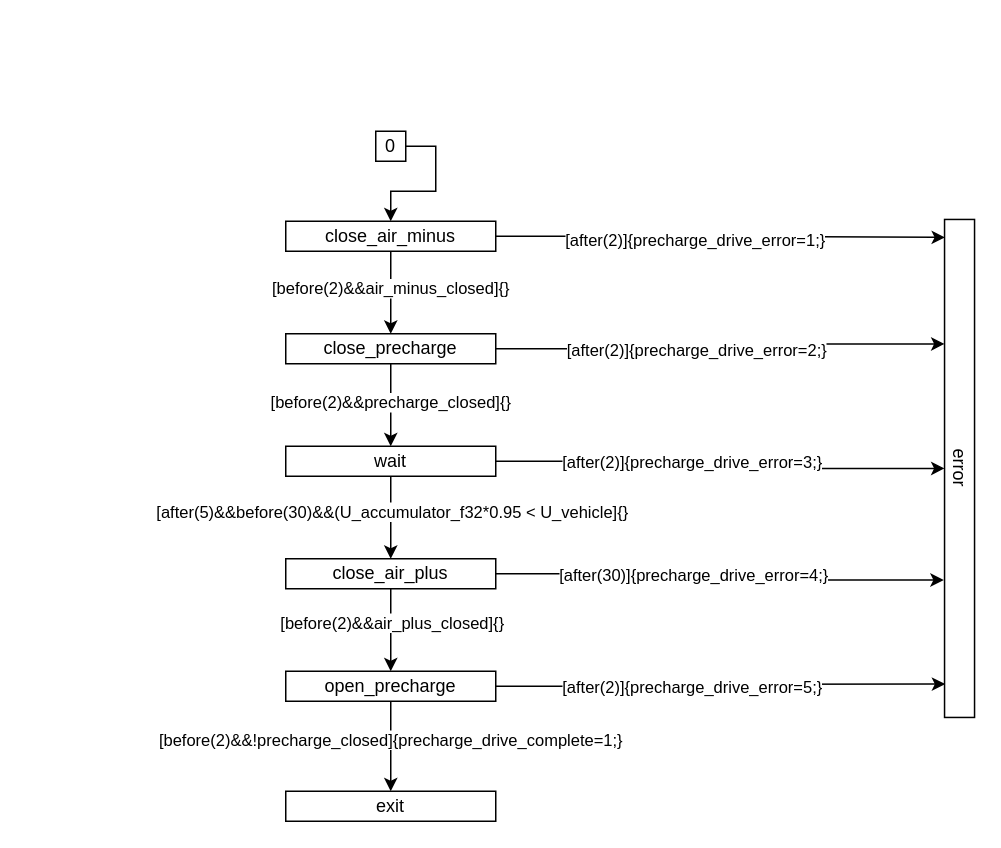
Before: page "precharge_drive" (2 of 5) of xver/xsm/XML/graph.drawio in osceri/AMS-CC, a draw.io diagram. Source tidied: cells renumbered, new cells numbered last; positions are measured from the earlier drawing's top-left corner, leaving out a move shared by most shapes. Both pictures are drawn from the tidied source at 150%, with x=0, y=0 at pixel (285, 130).
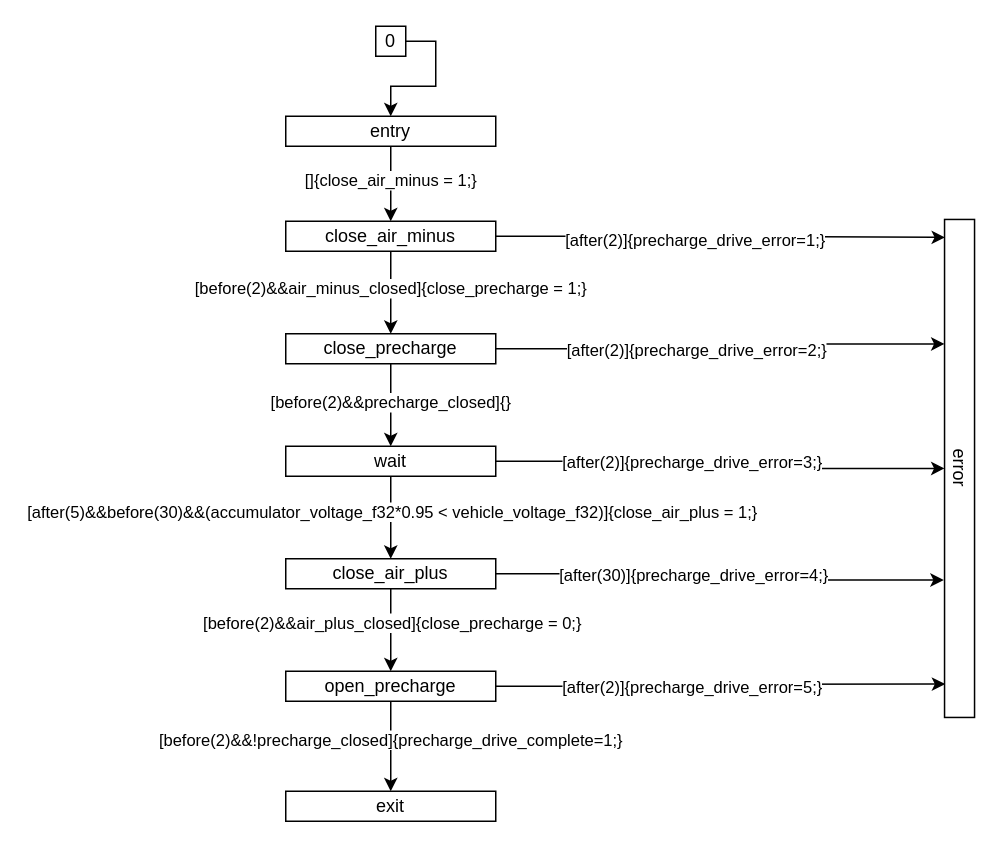
After the change.

The change refers to these unchanged cells:
```xml
<mxCell id="4" style="edgeStyle=orthogonalEdgeStyle;rounded=0;jettySize=auto;html=1;exitX=0.5;exitY=1;exitDx=0;exitDy=0;entryX=0.5;entryY=0;entryDx=0;entryDy=0;" parent="1" edge="1" source="8" target="13">
  <mxGeometry relative="1" as="geometry" />
</mxCell>
<mxCell id="8" value="close_air_minus" style="rounded=0;whiteSpace=wrap;html=1;" parent="1" vertex="1">
  <mxGeometry y="60" width="140" height="20" as="geometry" />
</mxCell>
<mxCell id="14" style="edgeStyle=orthogonalEdgeStyle;rounded=0;jettySize=auto;html=1;exitX=0.5;exitY=1;exitDx=0;exitDy=0;entryX=0.5;entryY=0;entryDx=0;entryDy=0;" parent="1" edge="1" source="18" target="23">
  <mxGeometry relative="1" as="geometry" />
</mxCell>
<mxCell id="19" style="edgeStyle=orthogonalEdgeStyle;rounded=0;jettySize=auto;html=1;exitX=0.5;exitY=1;exitDx=0;exitDy=0;entryX=0.5;entryY=0;entryDx=0;entryDy=0;" parent="1" edge="1" source="23" target="28">
  <mxGeometry relative="1" as="geometry" />
</mxCell>
```

The edit, as a diff of the source:
```diff
@@
-    <mxCell id="2" style="edgeStyle=orthogonalEdgeStyle;rounded=0;jettySize=auto;html=1;exitX=1;exitY=0.5;exitDx=0;exitDy=0;entryX=0.5;entryY=0;entryDx=0;entryDy=0;" parent="1" edge="1" source="3" target="8">
-      <mxGeometry relative="1" as="geometry" />
-    </mxCell>
-    <mxCell id="3" value="0" style="rounded=0;whiteSpace=wrap;html=1;" parent="1" vertex="1">
-      <mxGeometry x="60" width="20" height="20" as="geometry" />
-    </mxCell>
@@
-    <mxCell id="5" value="[before(2)&amp;amp;&amp;amp;air_minus_closed]{}" style="edgeLabel;html=1;align=center;verticalAlign=middle;" parent="4" vertex="1">
+    <mxCell id="5" value="[before(2)&amp;amp;&amp;amp;air_minus_closed]{close_precharge = 1;}" style="edgeLabel;html=1;align=center;verticalAlign=middle;" parent="4" vertex="1">
       <mxGeometry x="-0.13" y="-1" relative="1" as="geometry" />
     </mxCell>
@@
-    <mxCell id="15" value="[after(5)&amp;amp;&amp;amp;before(30)&amp;amp;&amp;amp;(U_accumulator_f32*0.95 &amp;lt; U_vehicle]{}" style="edgeLabel;html=1;align=center;verticalAlign=middle;" parent="14" vertex="1">
+    <mxCell id="15" value="[after(5)&amp;amp;&amp;amp;before(30)&amp;amp;&amp;amp;(accumulator_voltage_f32*0.95 &amp;lt; vehicle_voltage_f32)]{close_air_plus = 1;}" style="edgeLabel;html=1;align=center;verticalAlign=middle;" parent="14" vertex="1">
       <mxGeometry x="-0.17" relative="1" as="geometry" />
     </mxCell>
@@
-    <mxCell id="20" value="[before(2)&amp;amp;&amp;amp;air_plus_closed]{}" style="edgeLabel;html=1;align=center;verticalAlign=middle;" parent="19" vertex="1">
+    <mxCell id="20" value="[before(2)&amp;amp;&amp;amp;air_plus_closed]{close_precharge = 0;}" style="edgeLabel;html=1;align=center;verticalAlign=middle;" parent="19" vertex="1">
       <mxGeometry x="-0.21" relative="1" as="geometry" />
     </mxCell>
@@
+    <mxCell id="31" style="edgeStyle=orthogonalEdgeStyle;rounded=0;jettySize=auto;html=1;exitX=1;exitY=0.5;exitDx=0;exitDy=0;entryX=0.5;entryY=0;entryDx=0;entryDy=0;" parent="1" edge="1" source="3" target="34">
+      <mxGeometry relative="1" as="geometry" />
+    </mxCell>
+    <mxCell id="3" value="0" style="rounded=0;whiteSpace=wrap;html=1;" parent="1" vertex="1">
+      <mxGeometry x="60" y="-70" width="20" height="20" as="geometry" />
+    </mxCell>
+    <mxCell id="32" style="edgeStyle=orthogonalEdgeStyle;rounded=0;jettySize=auto;html=1;exitX=0.5;exitY=1;exitDx=0;exitDy=0;entryX=0.5;entryY=0;entryDx=0;entryDy=0;" parent="1" edge="1" source="34" target="8">
+      <mxGeometry relative="1" as="geometry" />
+    </mxCell>
+    <mxCell id="33" value="[]{close_air_minus = 1;}" style="edgeLabel;html=1;align=center;verticalAlign=middle;" parent="32" vertex="1">
+      <mxGeometry x="-0.12" y="-1" relative="1" as="geometry" />
+    </mxCell>
+    <mxCell id="34" value="entry" style="rounded=0;whiteSpace=wrap;html=1;" parent="1" vertex="1">
+      <mxGeometry y="-10" width="140" height="20" as="geometry" />
+    </mxCell>
```
